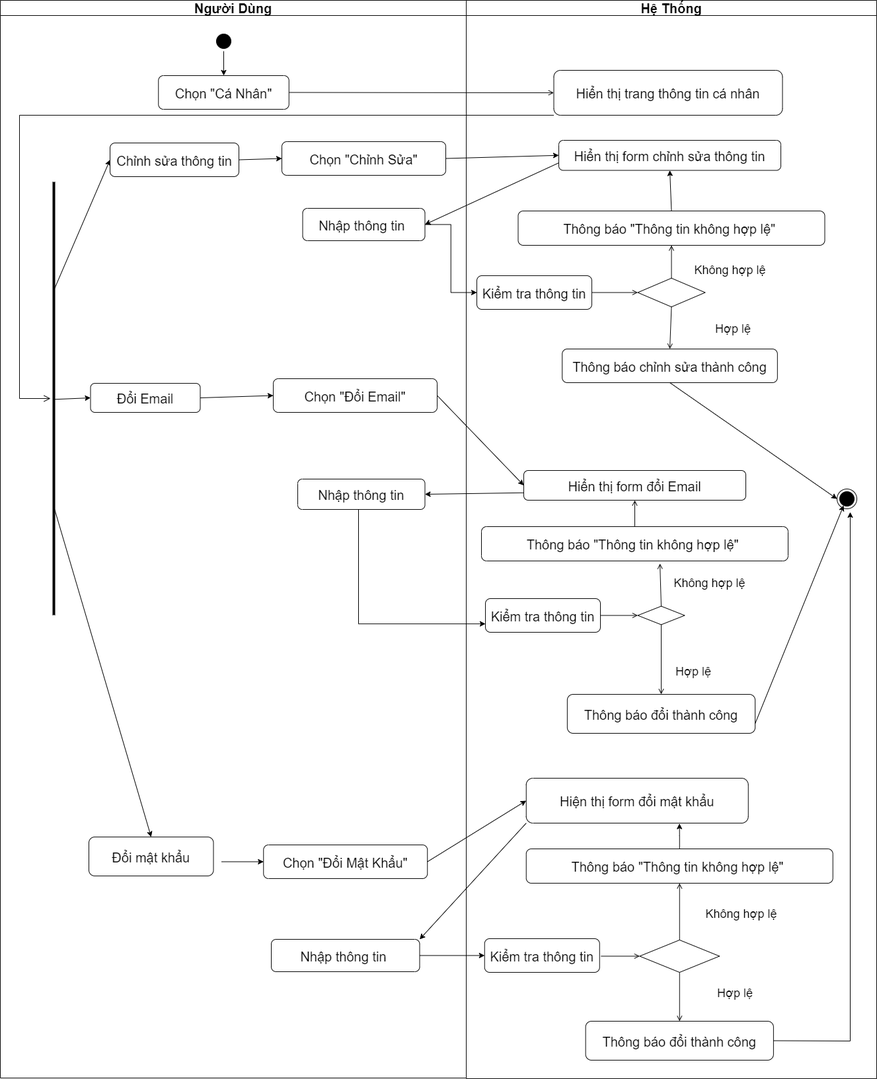
Earlier version of the draw.io export SODO/HoatDong/QL taikhoancanhan.drawio.png (khuevotan/TaiCamRanh_DATN). Source tidied: cells renumbered, new cells last; positions are measured from the earlier drawing's top-left corner, leaving out a move shared by most shapes.
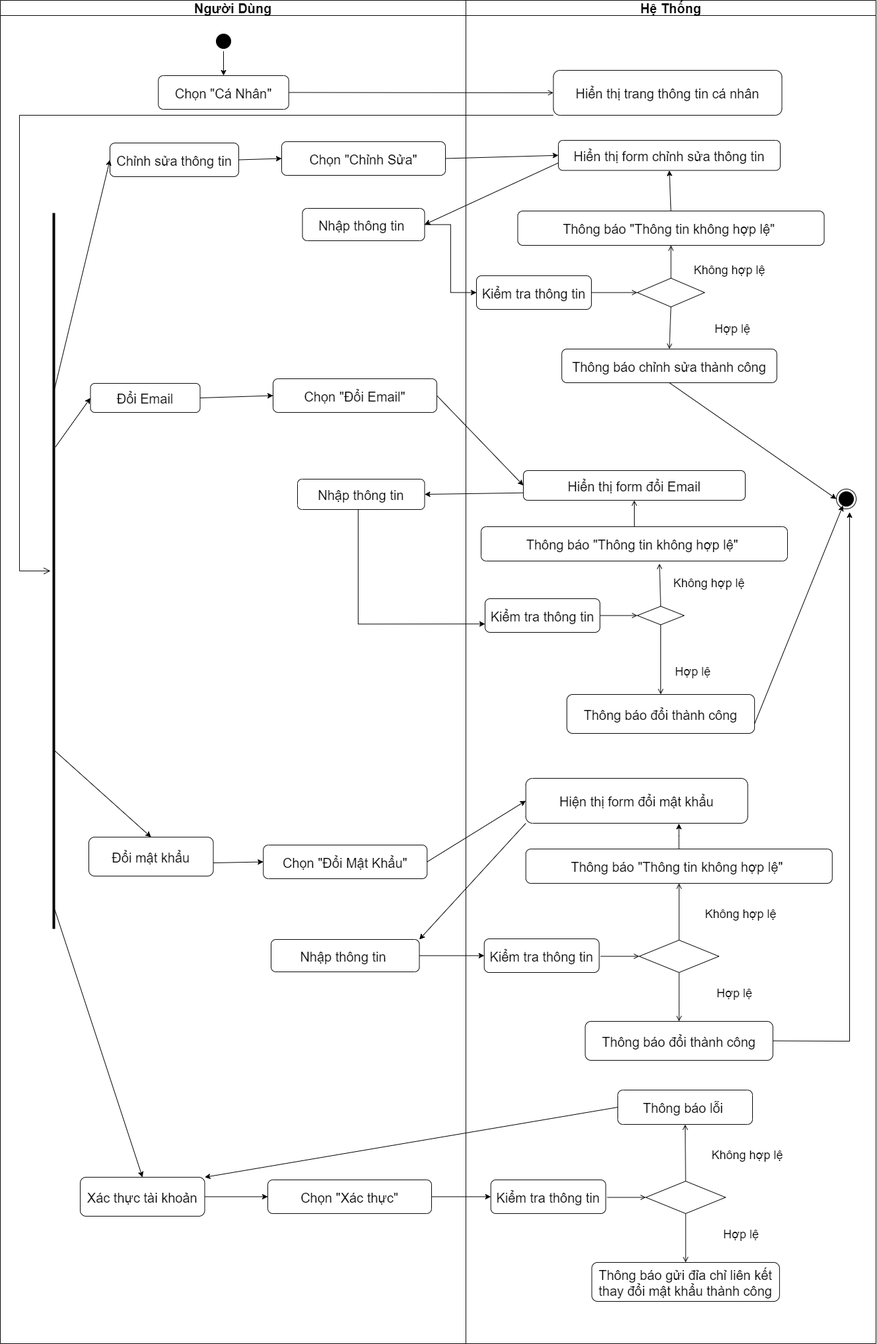
Later version of the same file.

What changed in the source:
```diff
@@ -3,7 +3,7 @@
     <mxCell id="0" />
     <mxCell id="1" parent="0" />
     <mxCell id="2" value="Người Dùng" style="swimlane;whiteSpace=wrap;strokeColor=#080808;fontSize=20;" parent="1" vertex="1">
-      <mxGeometry width="705" height="1632" as="geometry" />
+      <mxGeometry width="705" height="2034" as="geometry" />
     </mxCell>
     <mxCell id="3" style="ellipse;shape=startState;fillColor=#000000;strokeColor=#080808;fontSize=20;" parent="2" vertex="1">
       <mxGeometry x="323" y="47" width="30" height="30" as="geometry" />
@@ -14,21 +14,9 @@
     <mxCell id="5" value="Đổi Email" style="strokeColor=#080808;rounded=1;fontSize=20;" parent="2" vertex="1">
       <mxGeometry x="136.5" y="580" width="166" height="44" as="geometry" />
     </mxCell>
-    <mxCell id="6" style="line;strokeWidth=4;html=1;fillColor=#000000;fontSize=14;direction=south;" parent="2" vertex="1">
-      <mxGeometry x="76" y="275" width="10" height="656" as="geometry" />
-    </mxCell>
     <mxCell id="7" value="Đổi mật khẩu" style="strokeColor=#080808;rounded=1;fontSize=20;" parent="2" vertex="1">
       <mxGeometry x="134" y="1267" width="188.5" height="59" as="geometry" />
     </mxCell>
-    <mxCell id="8" style="endArrow=classic;html=1;rounded=0;exitX=0.25;exitY=0.5;exitDx=0;exitDy=0;exitPerimeter=0;entryX=0;entryY=0.5;entryDx=0;entryDy=0;" parent="2" edge="1" source="6" target="4">
-      <mxGeometry relative="1" as="geometry" />
-    </mxCell>
-    <mxCell id="9" style="endArrow=classic;html=1;rounded=0;exitX=0.502;exitY=0.463;exitDx=0;exitDy=0;exitPerimeter=0;entryX=0;entryY=0.5;entryDx=0;entryDy=0;" parent="2" edge="1" source="6" target="5">
-      <mxGeometry relative="1" as="geometry" />
-    </mxCell>
-    <mxCell id="10" style="endArrow=classic;html=1;rounded=0;exitX=0.75;exitY=0.5;exitDx=0;exitDy=0;exitPerimeter=0;entryX=0.5;entryY=0;entryDx=0;entryDy=0;" parent="2" edge="1" source="6" target="7">
-      <mxGeometry relative="1" as="geometry" />
-    </mxCell>
     <mxCell id="11" value="Chọn &quot;Cá Nhân&quot;" style="strokeColor=#080808;rounded=1;fontSize=20;" parent="2" vertex="1">
       <mxGeometry x="239.2" y="114" width="197.5" height="51" as="geometry" />
     </mxCell>
@@ -44,10 +32,8 @@
     <mxCell id="15" value="Chọn &quot;Đổi Mật Khẩu&quot;" style="strokeColor=#080808;rounded=1;fontSize=20;" parent="2" vertex="1">
       <mxGeometry x="398.2" y="1279" width="248" height="51" as="geometry" />
     </mxCell>
-    <mxCell id="16" style="endArrow=classic;html=1;rounded=0;exitX=1;exitY=0.5;exitDx=0;exitDy=0;entryX=0;entryY=0.5;entryDx=0;entryDy=0;" parent="2" edge="1" target="15">
-      <mxGeometry relative="1" as="geometry">
-        <mxPoint x="334.5" y="1304.5" as="sourcePoint" />
-      </mxGeometry>
+    <mxCell id="16" style="endArrow=classic;html=1;rounded=0;exitX=1;exitY=0.661;exitDx=0;exitDy=0;entryX=0;entryY=0.5;entryDx=0;entryDy=0;exitPerimeter=0;" parent="2" edge="1" source="7" target="15">
+      <mxGeometry relative="1" as="geometry" />
     </mxCell>
     <mxCell id="17" value="Nhập thông tin " style="strokeColor=#080808;rounded=1;fontSize=20;" parent="2" vertex="1">
       <mxGeometry x="410" y="1422" width="224.5" height="49" as="geometry" />
@@ -65,7 +51,7 @@
       <mxGeometry x="450" y="725" width="192.5" height="46" as="geometry" />
     </mxCell>
     <mxCell id="22" value="Hệ Thống" style="swimlane;whiteSpace=wrap;strokeColor=#080808;fontSize=20;" parent="1" vertex="1">
-      <mxGeometry x="705" width="621" height="1633" as="geometry" />
+      <mxGeometry x="705" width="621" height="2034" as="geometry" />
     </mxCell>
     <mxCell id="23" style="ellipse;shape=endState;fillColor=#000000;strokeColor=#080808;fontSize=20;" parent="22" vertex="1">
       <mxGeometry x="561" y="740" width="30" height="30" as="geometry" />
@@ -231,5 +217,64 @@
     <mxCell id="71" style="edgeStyle=orthogonalEdgeStyle;rounded=0;jettySize=auto;html=1;entryX=0;entryY=0.5;entryDx=0;entryDy=0;" parent="1" edge="1" source="17" target="27">
       <mxGeometry relative="1" as="geometry" />
     </mxCell>
+    <mxCell id="72" value="Xác thực tài khoản" style="strokeColor=#080808;rounded=1;fontSize=20;" parent="1" vertex="1">
+      <mxGeometry x="121" y="1782" width="188.5" height="59" as="geometry" />
+    </mxCell>
+    <mxCell id="73" style="endArrow=classic;html=1;rounded=0;entryX=0.5;entryY=0;entryDx=0;entryDy=0;exitX=0.973;exitY=0.362;exitDx=0;exitDy=0;exitPerimeter=0;" parent="1" edge="1" source="6" target="72">
+      <mxGeometry relative="1" as="geometry" />
+    </mxCell>
+    <mxCell id="6" style="line;strokeWidth=4;html=1;fillColor=#000000;fontSize=14;direction=south;" parent="1" vertex="1">
+      <mxGeometry x="76" y="322" width="10" height="1084" as="geometry" />
+    </mxCell>
+    <mxCell id="8" style="endArrow=classic;html=1;rounded=0;exitX=0.25;exitY=0.5;exitDx=0;exitDy=0;exitPerimeter=0;entryX=0;entryY=0.5;entryDx=0;entryDy=0;" parent="1" edge="1" source="6" target="4">
+      <mxGeometry relative="1" as="geometry" />
+    </mxCell>
+    <mxCell id="10" style="endArrow=classic;html=1;rounded=0;exitX=0.75;exitY=0.5;exitDx=0;exitDy=0;exitPerimeter=0;entryX=0.5;entryY=0;entryDx=0;entryDy=0;" parent="1" edge="1" source="6" target="7">
+      <mxGeometry relative="1" as="geometry" />
+    </mxCell>
+    <mxCell id="9" style="endArrow=classic;html=1;rounded=0;exitX=0.327;exitY=0.267;exitDx=0;exitDy=0;exitPerimeter=0;entryX=0;entryY=0.5;entryDx=0;entryDy=0;" parent="1" edge="1" source="6" target="5">
+      <mxGeometry relative="1" as="geometry" />
+    </mxCell>
+    <mxCell id="74" value="Chọn &quot;Xác thực&quot;" style="strokeColor=#080808;rounded=1;fontSize=20;" parent="1" vertex="1">
+      <mxGeometry x="405" y="1786" width="248" height="51" as="geometry" />
+    </mxCell>
+    <mxCell id="75" style="endArrow=classic;html=1;rounded=0;exitX=1;exitY=0.5;exitDx=0;exitDy=0;entryX=0;entryY=0.5;entryDx=0;entryDy=0;" parent="1" edge="1" source="72" target="74">
+      <mxGeometry relative="1" as="geometry" />
+    </mxCell>
+    <mxCell id="76" value="Kiểm tra thông tin" style="strokeColor=#080808;rounded=1;fontSize=20;" parent="1" vertex="1">
+      <mxGeometry x="742.8" y="1786" width="174" height="51" as="geometry" />
+    </mxCell>
+    <mxCell id="77" style="rhombus;fillColor=#ffffff;strokeColor=#080808;fontSize=20;" parent="1" vertex="1">
+      <mxGeometry x="977.4" y="1788" width="120.8" height="49" as="geometry" />
+    </mxCell>
+    <mxCell id="78" value="Thông báo lỗi " style="strokeColor=#080808;rounded=1;fontSize=20;" parent="1" vertex="1">
+      <mxGeometry x="935" y="1650" width="204" height="52" as="geometry" />
+    </mxCell>
+    <mxCell id="79" style="endArrow=open;strokeColor=#080808;endFill=1;rounded=0;fontSize=20;entryX=0.5;entryY=1;entryDx=0;entryDy=0;exitX=0.5;exitY=0;exitDx=0;exitDy=0;" parent="1" edge="1" source="77" target="78">
+      <mxGeometry relative="1" as="geometry" />
+    </mxCell>
+    <mxCell id="80" style="endArrow=open;strokeColor=#080808;endFill=1;rounded=0;fontSize=20;entryX=0;entryY=0.5;entryDx=0;entryDy=0;exitX=1;exitY=0.5;exitDx=0;exitDy=0;" parent="1" edge="1" target="77">
+      <mxGeometry relative="1" as="geometry">
+        <mxPoint x="918.7" y="1812.5" as="sourcePoint" />
+      </mxGeometry>
+    </mxCell>
+    <mxCell id="81" value="Không hợp lệ" style="text;html=1;strokeColor=none;fillColor=none;align=center;verticalAlign=middle;whiteSpace=wrap;rounded=0;fontSize=18;" parent="1" vertex="1">
+      <mxGeometry x="1069.2" y="1734" width="125" height="30" as="geometry" />
+    </mxCell>
+    <mxCell id="82" value="Hợp lệ" style="text;html=1;strokeColor=none;fillColor=none;align=center;verticalAlign=middle;whiteSpace=wrap;rounded=0;fontSize=18;" parent="1" vertex="1">
+      <mxGeometry x="1092.1" y="1854" width="60" height="30" as="geometry" />
+    </mxCell>
+    <mxCell id="83" value="Thông báo gửi đỉa chỉ liên kết&#10;thay đổi mật khẩu thành công" style="strokeColor=#080808;rounded=1;fontSize=20;" parent="1" vertex="1">
+      <mxGeometry x="895.6" y="1911" width="284.2" height="59" as="geometry" />
+    </mxCell>
+    <mxCell id="84" style="edgeStyle=none;strokeColor=#080808;endArrow=open;endFill=1;rounded=0;fontSize=20;exitX=0.5;exitY=1;exitDx=0;exitDy=0;entryX=0.5;entryY=0;entryDx=0;entryDy=0;" parent="1" edge="1" source="77" target="83">
+      <mxGeometry relative="1" as="geometry" />
+    </mxCell>
+    <mxCell id="85" style="endArrow=classic;html=1;rounded=0;exitX=1;exitY=0.5;exitDx=0;exitDy=0;entryX=0;entryY=0.5;entryDx=0;entryDy=0;" parent="1" edge="1" source="74" target="76">
+      <mxGeometry relative="1" as="geometry" />
+    </mxCell>
+    <mxCell id="86" style="endArrow=classic;html=1;rounded=0;exitX=0;exitY=0.5;exitDx=0;exitDy=0;entryX=1;entryY=0;entryDx=0;entryDy=0;" parent="1" edge="1" source="78" target="72">
+      <mxGeometry relative="1" as="geometry" />
+    </mxCell>
   </root>
 </mxGraphModel>
```
